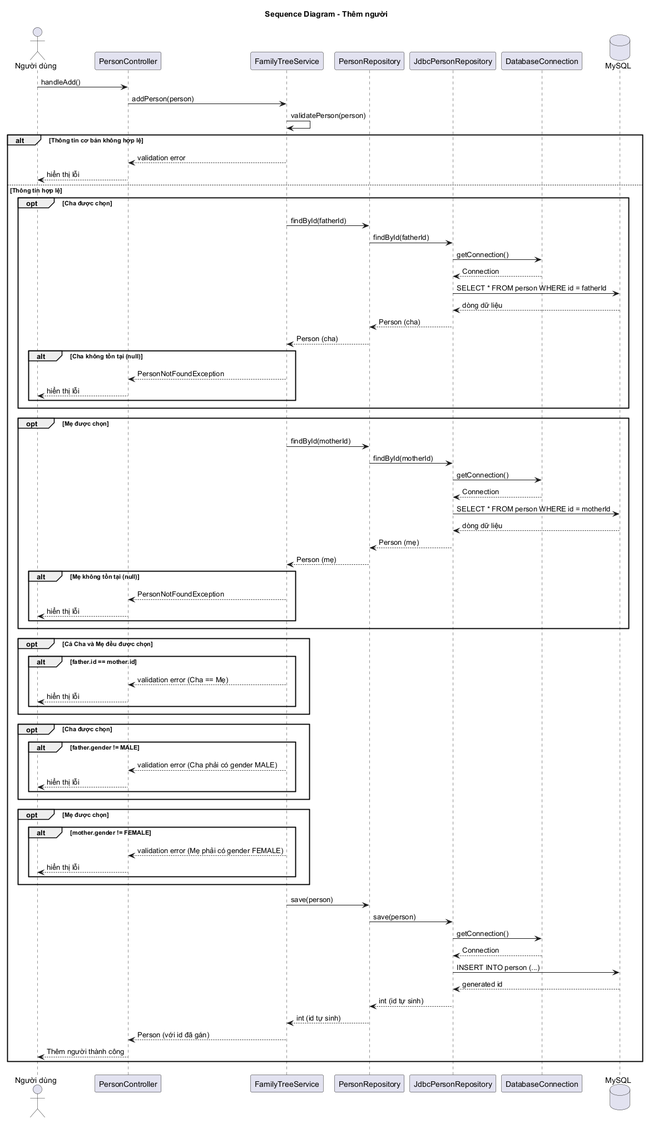
Earlier version of the PlantUML export docs/uml/sequence-add-person.png (minhchien170704/do-an-gia-pha).
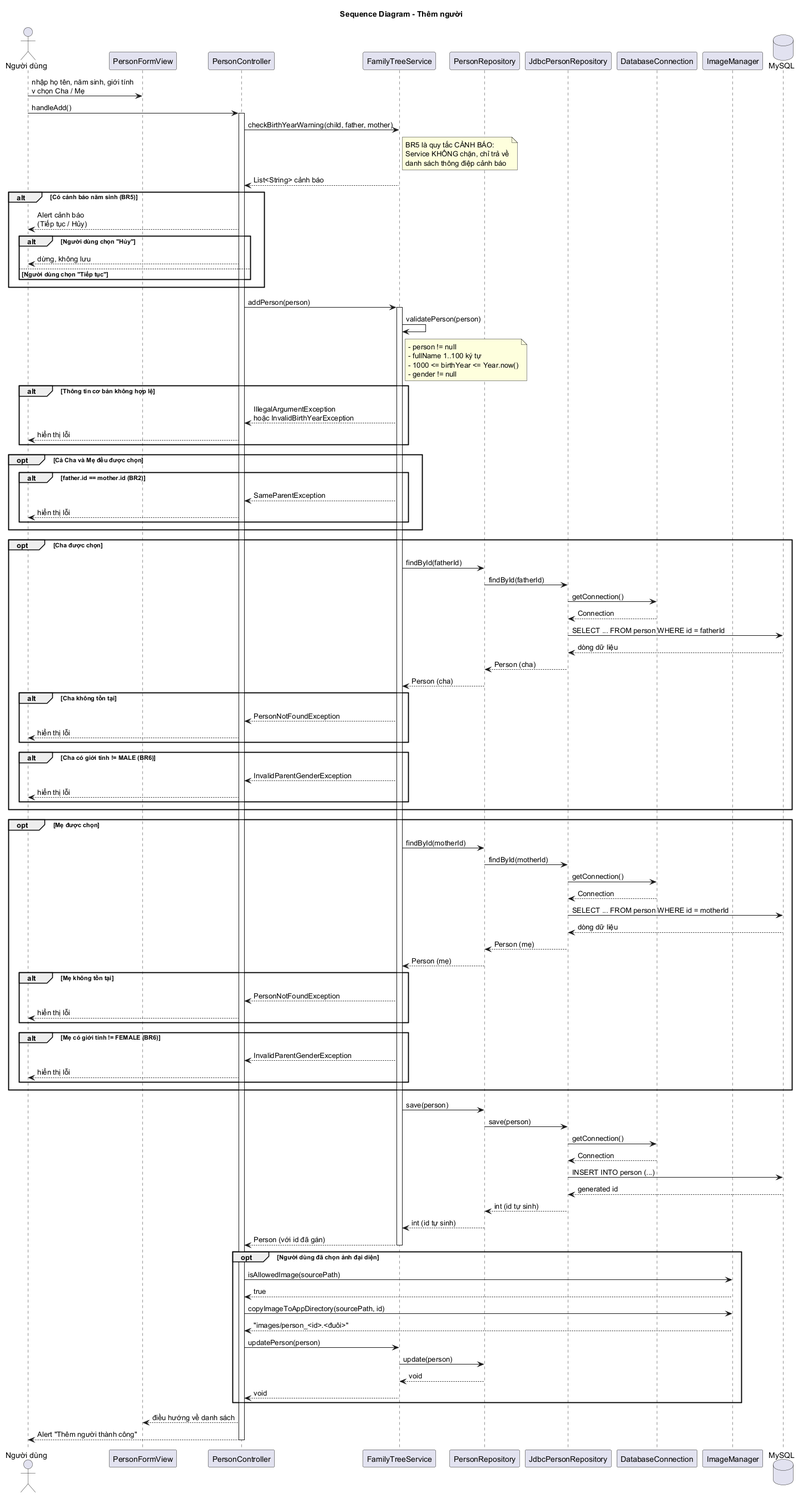
The same file after the commit.

Diff of the diagram source:
```diff
@@ -3,87 +3,124 @@
 title Sequence Diagram - Thêm người
 
 actor "Người dùng" as User
+participant "PersonFormView" as FormView
 participant "PersonController" as Controller
 participant "FamilyTreeService" as Service
 participant "PersonRepository" as Repo
 participant "JdbcPersonRepository" as JdbcRepo
 participant "DatabaseConnection" as DBConn
+participant "ImageManager" as ImageMgr
 database "MySQL" as DB
 
+User -> FormView : nhập họ tên, năm sinh, giới tính\nv chọn Cha / Mẹ
 User -> Controller : handleAdd()
+activate Controller
+
+Controller -> Service : checkBirthYearWarning(child, father, mother)
+note right of Service
+  BR5 là quy tắc CẢNH BÁO:
+  Service KHÔNG chặn, chỉ trả về
+  danh sách thông điệp cảnh báo
+end note
+Service --> Controller : List<String> cảnh báo
+
+alt Có cảnh báo năm sinh (BR5)
+    Controller --> User : Alert cảnh báo\n(Tiếp tục / Hủy)
+    alt Người dùng chọn "Hủy"
+        Controller --> User : dừng, không lưu
+    else Người dùng chọn "Tiếp tục"
+    end
+end
+
 Controller -> Service : addPerson(person)
+activate Service
 
 Service -> Service : validatePerson(person)
+note right of Service
+  - person != null
+  - fullName 1..100 ký tự
+  - 1000 <= birthYear <= Year.now()
+  - gender != null
+end note
 
 alt Thông tin cơ bản không hợp lệ
-    Service --> Controller : validation error
+    Service --> Controller : IllegalArgumentException\nhoặc InvalidBirthYearException
     Controller --> User : hiển thị lỗi
-else Thông tin hợp lệ
+end
 
-    opt Cha được chọn
-        Service -> Repo : findById(fatherId)
-        Repo -> JdbcRepo : findById(fatherId)
-        JdbcRepo -> DBConn : getConnection()
-        DBConn --> JdbcRepo : Connection
-        JdbcRepo -> DB : SELECT * FROM person WHERE id = fatherId
-        DB --> JdbcRepo : dòng dữ liệu
-        JdbcRepo --> Repo : Person (cha)
-        Repo --> Service : Person (cha)
+opt Cả Cha và Mẹ đều được chọn
+    alt father.id == mother.id (BR2)
+        Service --> Controller : SameParentException
+        Controller --> User : hiển thị lỗi
+    end
+end
 
-        alt Cha không tồn tại (null)
-            Service --> Controller : PersonNotFoundException
-            Controller --> User : hiển thị lỗi
-        end
+opt Cha được chọn
+    Service -> Repo : findById(fatherId)
+    Repo -> JdbcRepo : findById(fatherId)
+    JdbcRepo -> DBConn : getConnection()
+    DBConn --> JdbcRepo : Connection
+    JdbcRepo -> DB : SELECT ... FROM person WHERE id = fatherId
+    DB --> JdbcRepo : dòng dữ liệu
+    JdbcRepo --> Repo : Person (cha)
+    Repo --> Service : Person (cha)
+
+    alt Cha không tồn tại
+        Service --> Controller : PersonNotFoundException
+        Controller --> User : hiển thị lỗi
     end
 
-    opt Mẹ được chọn
-        Service -> Repo : findById(motherId)
-        Repo -> JdbcRepo : findById(motherId)
-        JdbcRepo -> DBConn : getConnection()
-        DBConn --> JdbcRepo : Connection
-        JdbcRepo -> DB : SELECT * FROM person WHERE id = motherId
-        DB --> JdbcRepo : dòng dữ liệu
-        JdbcRepo --> Repo : Person (mẹ)
-        Repo --> Service : Person (mẹ)
+    alt Cha có giới tính != MALE (BR6)
+        Service --> Controller : InvalidParentGenderException
+        Controller --> User : hiển thị lỗi
+    end
+end
 
-        alt Mẹ không tồn tại (null)
-            Service --> Controller : PersonNotFoundException
-            Controller --> User : hiển thị lỗi
-        end
+opt Mẹ được chọn
+    Service -> Repo : findById(motherId)
+    Repo -> JdbcRepo : findById(motherId)
+    JdbcRepo -> DBConn : getConnection()
+    DBConn --> JdbcRepo : Connection
+    JdbcRepo -> DB : SELECT ... FROM person WHERE id = motherId
+    DB --> JdbcRepo : dòng dữ liệu
+    JdbcRepo --> Repo : Person (mẹ)
+    Repo --> Service : Person (mẹ)
+
+    alt Mẹ không tồn tại
+        Service --> Controller : PersonNotFoundException
+        Controller --> User : hiển thị lỗi
     end
 
-    opt Cả Cha và Mẹ đều được chọn
-        alt father.id == mother.id
-            Service --> Controller : validation error (Cha == Mẹ)
-            Controller --> User : hiển thị lỗi
-        end
+    alt Mẹ có giới tính != FEMALE (BR6)
+        Service --> Controller : InvalidParentGenderException
+        Controller --> User : hiển thị lỗi
     end
-
-    opt Cha được chọn
-        alt father.gender != MALE
-            Service --> Controller : validation error (Cha phải có gender MALE)
-            Controller --> User : hiển thị lỗi
-        end
-    end
-
-    opt Mẹ được chọn
-        alt mother.gender != FEMALE
-            Service --> Controller : validation error (Mẹ phải có gender FEMALE)
-            Controller --> User : hiển thị lỗi
-        end
-    end
-
-    Service -> Repo : save(person)
-    Repo -> JdbcRepo : save(person)
-    JdbcRepo -> DBConn : getConnection()
-    DBConn --> JdbcRepo : Connection
-    JdbcRepo -> DB : INSERT INTO person (...)
-    DB --> JdbcRepo : generated id
-    JdbcRepo --> Repo : int (id tự sinh)
-    Repo --> Service : int (id tự sinh)
-    Service --> Controller : Person (với id đã gán)
-    Controller --> User : Thêm người thành công
-
 end
 
+Service -> Repo : save(person)
+Repo -> JdbcRepo : save(person)
+JdbcRepo -> DBConn : getConnection()
+DBConn --> JdbcRepo : Connection
+JdbcRepo -> DB : INSERT INTO person (...)
+DB --> JdbcRepo : generated id
+JdbcRepo --> Repo : int (id tự sinh)
+Repo --> Service : int (id tự sinh)
+Service --> Controller : Person (với id đã gán)
+deactivate Service
+
+opt Người dùng đã chọn ảnh đại diện
+    Controller -> ImageMgr : isAllowedImage(sourcePath)
+    ImageMgr --> Controller : true
+    Controller -> ImageMgr : copyImageToAppDirectory(sourcePath, id)
+    ImageMgr --> Controller : "images/person_<id>.<đuôi>"
+    Controller -> Service : updatePerson(person)
+    Service -> Repo : update(person)
+    Repo --> Service : void
+    Service --> Controller : void
+end
+
+Controller --> FormView : điều hướng về danh sách
+Controller --> User : Alert "Thêm người thành công"
+deactivate Controller
+
 @enduml
```
